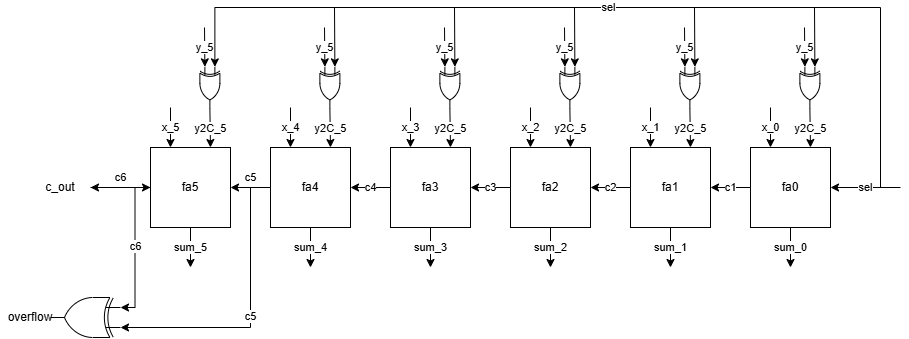
RuairiMullally/3C7-FPGA-sys-design keeps this draw.io diagram as Lab02_RippleAdder/6bit_ripple_adder.png. Above is the earlier version. Source tidied: cells renumbered, new cells last; positions are measured from the earlier drawing's top-left corner, leaving out a move shared by most shapes.
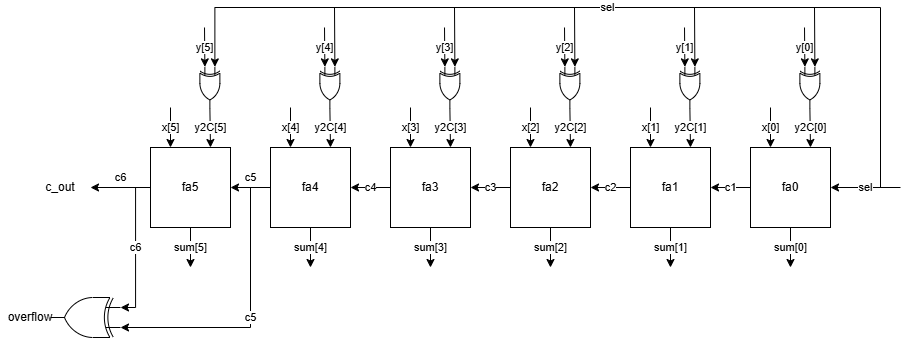
The same file after the commit.

The edit, as a diff of the source:
```diff
@@ -10,7 +10,7 @@
         <mxPoint x="900" y="180" as="sourcePoint" />
       </mxGeometry>
     </mxCell>
-    <mxCell id="4" value="x_0" style="endArrow=classic;html=1;rounded=0;entryX=0.25;entryY=0;entryDx=0;entryDy=0;" parent="1" edge="1" target="2">
+    <mxCell id="4" value="x[0]" style="endArrow=classic;html=1;rounded=0;entryX=0.25;entryY=0;entryDx=0;entryDy=0;" parent="1" edge="1" target="2">
       <mxGeometry relative="1" as="geometry">
         <mxPoint x="770" y="100" as="sourcePoint" />
       </mxGeometry>
@@ -20,7 +20,7 @@
         <mxPoint x="710" y="180" as="targetPoint" />
       </mxGeometry>
     </mxCell>
-    <mxCell id="6" value="sum_0" style="endArrow=classic;html=1;rounded=0;exitX=0.5;exitY=1;exitDx=0;exitDy=0;" parent="1" edge="1" source="2">
+    <mxCell id="6" value="sum[0]" style="endArrow=classic;html=1;rounded=0;exitX=0.5;exitY=1;exitDx=0;exitDy=0;" parent="1" edge="1" source="2">
       <mxGeometry relative="1" as="geometry">
         <mxPoint x="790" y="260" as="targetPoint" />
       </mxGeometry>
@@ -28,7 +28,7 @@
     <mxCell id="7" value="fa1" style="whiteSpace=wrap;html=1;" parent="1" vertex="1">
       <mxGeometry x="630" y="140" width="80" height="80" as="geometry" />
     </mxCell>
-    <mxCell id="8" value="x_1" style="endArrow=classic;html=1;rounded=0;entryX=0.25;entryY=0;entryDx=0;entryDy=0;" parent="1" edge="1" target="7">
+    <mxCell id="8" value="x[1]" style="endArrow=classic;html=1;rounded=0;entryX=0.25;entryY=0;entryDx=0;entryDy=0;" parent="1" edge="1" target="7">
       <mxGeometry relative="1" as="geometry">
         <mxPoint x="650" y="100" as="sourcePoint" />
       </mxGeometry>
@@ -38,7 +38,7 @@
         <mxPoint x="590" y="180" as="targetPoint" />
       </mxGeometry>
     </mxCell>
-    <mxCell id="10" value="sum_1" style="endArrow=classic;html=1;rounded=0;exitX=0.5;exitY=1;exitDx=0;exitDy=0;" parent="1" edge="1" source="7">
+    <mxCell id="10" value="sum[1]" style="endArrow=classic;html=1;rounded=0;exitX=0.5;exitY=1;exitDx=0;exitDy=0;" parent="1" edge="1" source="7">
       <mxGeometry relative="1" as="geometry">
         <mxPoint x="670" y="260" as="targetPoint" />
       </mxGeometry>
@@ -46,7 +46,7 @@
     <mxCell id="11" value="fa2" style="whiteSpace=wrap;html=1;" parent="1" vertex="1">
       <mxGeometry x="510" y="140" width="80" height="80" as="geometry" />
     </mxCell>
-    <mxCell id="12" value="x_2" style="endArrow=classic;html=1;rounded=0;entryX=0.25;entryY=0;entryDx=0;entryDy=0;" parent="1" edge="1" target="11">
+    <mxCell id="12" value="x[2]" style="endArrow=classic;html=1;rounded=0;entryX=0.25;entryY=0;entryDx=0;entryDy=0;" parent="1" edge="1" target="11">
       <mxGeometry relative="1" as="geometry">
         <mxPoint x="530" y="100" as="sourcePoint" />
       </mxGeometry>
@@ -56,7 +56,7 @@
         <mxPoint x="470" y="180" as="targetPoint" />
       </mxGeometry>
     </mxCell>
-    <mxCell id="14" value="sum_2" style="endArrow=classic;html=1;rounded=0;exitX=0.5;exitY=1;exitDx=0;exitDy=0;" parent="1" edge="1" source="11">
+    <mxCell id="14" value="sum[2]" style="endArrow=classic;html=1;rounded=0;exitX=0.5;exitY=1;exitDx=0;exitDy=0;" parent="1" edge="1" source="11">
       <mxGeometry relative="1" as="geometry">
         <mxPoint x="550" y="260" as="targetPoint" />
       </mxGeometry>
@@ -64,7 +64,7 @@
     <mxCell id="15" value="fa3" style="whiteSpace=wrap;html=1;" parent="1" vertex="1">
       <mxGeometry x="390" y="140" width="80" height="80" as="geometry" />
     </mxCell>
-    <mxCell id="16" value="x_3" style="endArrow=classic;html=1;rounded=0;entryX=0.25;entryY=0;entryDx=0;entryDy=0;" parent="1" edge="1" target="15">
+    <mxCell id="16" value="x[3]" style="endArrow=classic;html=1;rounded=0;entryX=0.25;entryY=0;entryDx=0;entryDy=0;" parent="1" edge="1" target="15">
       <mxGeometry relative="1" as="geometry">
         <mxPoint x="410" y="100" as="sourcePoint" />
       </mxGeometry>
@@ -74,7 +74,7 @@
         <mxPoint x="350" y="180" as="targetPoint" />
       </mxGeometry>
     </mxCell>
-    <mxCell id="18" value="sum_3" style="endArrow=classic;html=1;rounded=0;exitX=0.5;exitY=1;exitDx=0;exitDy=0;" parent="1" edge="1" source="15">
+    <mxCell id="18" value="sum[3]" style="endArrow=classic;html=1;rounded=0;exitX=0.5;exitY=1;exitDx=0;exitDy=0;" parent="1" edge="1" source="15">
       <mxGeometry relative="1" as="geometry">
         <mxPoint x="430" y="260" as="targetPoint" />
       </mxGeometry>
@@ -82,7 +82,7 @@
     <mxCell id="19" value="fa4" style="whiteSpace=wrap;html=1;" parent="1" vertex="1">
       <mxGeometry x="270" y="140" width="80" height="80" as="geometry" />
     </mxCell>
-    <mxCell id="20" value="x_4" style="endArrow=classic;html=1;rounded=0;entryX=0.25;entryY=0;entryDx=0;entryDy=0;" parent="1" edge="1" target="19">
+    <mxCell id="20" value="x[4]" style="endArrow=classic;html=1;rounded=0;entryX=0.25;entryY=0;entryDx=0;entryDy=0;" parent="1" edge="1" target="19">
       <mxGeometry relative="1" as="geometry">
         <mxPoint x="290" y="100" as="sourcePoint" />
       </mxGeometry>
@@ -92,7 +92,7 @@
         <mxPoint x="230" y="180" as="targetPoint" />
       </mxGeometry>
     </mxCell>
-    <mxCell id="22" value="sum_4" style="endArrow=classic;html=1;rounded=0;exitX=0.5;exitY=1;exitDx=0;exitDy=0;" parent="1" edge="1" source="19">
+    <mxCell id="22" value="sum[4]" style="endArrow=classic;html=1;rounded=0;exitX=0.5;exitY=1;exitDx=0;exitDy=0;" parent="1" edge="1" source="19">
       <mxGeometry relative="1" as="geometry">
         <mxPoint x="310" y="260" as="targetPoint" />
       </mxGeometry>
@@ -100,17 +100,17 @@
     <mxCell id="23" value="fa5" style="whiteSpace=wrap;html=1;" parent="1" vertex="1">
       <mxGeometry x="150" y="140" width="80" height="80" as="geometry" />
     </mxCell>
-    <mxCell id="24" value="y_5" style="endArrow=classic;html=1;rounded=0;entryX=0;entryY=0.75;entryDx=0;entryDy=0;entryPerimeter=0;" parent="1" edge="1" target="34">
+    <mxCell id="24" value="y[5]" style="endArrow=classic;html=1;rounded=0;entryX=0;entryY=0.75;entryDx=0;entryDy=0;entryPerimeter=0;" parent="1" edge="1" target="34">
       <mxGeometry relative="1" as="geometry">
         <mxPoint x="204" y="20" as="sourcePoint" />
       </mxGeometry>
     </mxCell>
-    <mxCell id="25" value="x_5" style="endArrow=classic;html=1;rounded=0;entryX=0.25;entryY=0;entryDx=0;entryDy=0;" parent="1" edge="1" target="23">
+    <mxCell id="25" value="x[5]" style="endArrow=classic;html=1;rounded=0;entryX=0.25;entryY=0;entryDx=0;entryDy=0;" parent="1" edge="1" target="23">
       <mxGeometry relative="1" as="geometry">
         <mxPoint x="170" y="100" as="sourcePoint" />
       </mxGeometry>
     </mxCell>
-    <mxCell id="26" value="sum_5" style="endArrow=classic;html=1;rounded=0;exitX=0.5;exitY=1;exitDx=0;exitDy=0;" parent="1" edge="1" source="23">
+    <mxCell id="26" value="sum[5]" style="endArrow=classic;html=1;rounded=0;exitX=0.5;exitY=1;exitDx=0;exitDy=0;" parent="1" edge="1" source="23">
       <mxGeometry relative="1" as="geometry">
         <mxPoint x="190" y="260" as="targetPoint" />
       </mxGeometry>
@@ -126,9 +126,6 @@
     <mxCell id="28" value="c6" style="endArrow=classic;html=1;rounded=0;exitX=0;exitY=0.5;exitDx=0;exitDy=0;" parent="1" edge="1" source="23" target="30">
       <mxGeometry y="-10" relative="1" as="geometry" />
     </mxCell>
-    <mxCell id="29" style="edgeStyle=orthogonalEdgeStyle;rounded=0;jettySize=auto;html=1;" parent="1" edge="1" source="30" target="23">
-      <mxGeometry relative="1" as="geometry" />
-    </mxCell>
     <mxCell id="30" value="c_out" style="text;html=1;align=center;verticalAlign=middle;whiteSpace=wrap;rounded=0;" parent="1" vertex="1">
       <mxGeometry x="30" y="165" width="60" height="30" as="geometry" />
     </mxCell>
@@ -144,10 +141,10 @@
     <mxCell id="34" style="verticalLabelPosition=bottom;shadow=0;dashed=0;align=center;html=1;verticalAlign=top;shape=mxgraph.electrical.logic_gates.logic_gate;operation=xor;rotation=90;" parent="1" vertex="1">
       <mxGeometry x="188.8" y="70" width="41.2" height="20" as="geometry" />
     </mxCell>
-    <mxCell id="35" value="y2C_5" style="endArrow=classic;html=1;rounded=0;entryX=0.75;entryY=0;entryDx=0;entryDy=0;exitX=1;exitY=0.5;exitDx=0;exitDy=0;exitPerimeter=0;" parent="1" edge="1" source="34" target="23">
+    <mxCell id="35" value="y2C[5]" style="endArrow=classic;html=1;rounded=0;entryX=0.75;entryY=0;entryDx=0;entryDy=0;exitX=1;exitY=0.5;exitDx=0;exitDy=0;exitPerimeter=0;" parent="1" edge="1" source="34" target="23">
       <mxGeometry relative="1" as="geometry" />
     </mxCell>
-    <mxCell id="36" value="y_5" style="endArrow=classic;html=1;rounded=0;entryX=0;entryY=0.75;entryDx=0;entryDy=0;entryPerimeter=0;" parent="1" edge="1" target="37">
+    <mxCell id="36" value="y[3]" style="endArrow=classic;html=1;rounded=0;entryX=0;entryY=0.75;entryDx=0;entryDy=0;entryPerimeter=0;" parent="1" edge="1" target="37">
       <mxGeometry relative="1" as="geometry">
         <mxPoint x="444" y="20" as="sourcePoint" />
       </mxGeometry>
@@ -155,12 +152,12 @@
     <mxCell id="37" style="verticalLabelPosition=bottom;shadow=0;dashed=0;align=center;html=1;verticalAlign=top;shape=mxgraph.electrical.logic_gates.logic_gate;operation=xor;rotation=90;" parent="1" vertex="1">
       <mxGeometry x="428.8" y="70" width="41.2" height="20" as="geometry" />
     </mxCell>
-    <mxCell id="38" value="y2C_5" style="endArrow=classic;html=1;rounded=0;entryX=0.75;entryY=0;entryDx=0;entryDy=0;exitX=1;exitY=0.5;exitDx=0;exitDy=0;exitPerimeter=0;" parent="1" edge="1" source="37">
+    <mxCell id="38" value="y2C[3]" style="endArrow=classic;html=1;rounded=0;entryX=0.75;entryY=0;entryDx=0;entryDy=0;exitX=1;exitY=0.5;exitDx=0;exitDy=0;exitPerimeter=0;" parent="1" edge="1" source="37">
       <mxGeometry relative="1" as="geometry">
         <mxPoint x="450" y="140" as="targetPoint" />
       </mxGeometry>
     </mxCell>
-    <mxCell id="39" value="y_5" style="endArrow=classic;html=1;rounded=0;entryX=0;entryY=0.75;entryDx=0;entryDy=0;entryPerimeter=0;" parent="1" edge="1" target="40">
+    <mxCell id="39" value="y[2]" style="endArrow=classic;html=1;rounded=0;entryX=0;entryY=0.75;entryDx=0;entryDy=0;entryPerimeter=0;" parent="1" edge="1" target="40">
       <mxGeometry relative="1" as="geometry">
         <mxPoint x="564" y="20" as="sourcePoint" />
       </mxGeometry>
@@ -168,12 +165,12 @@
     <mxCell id="40" style="verticalLabelPosition=bottom;shadow=0;dashed=0;align=center;html=1;verticalAlign=top;shape=mxgraph.electrical.logic_gates.logic_gate;operation=xor;rotation=90;" parent="1" vertex="1">
       <mxGeometry x="548.8" y="70" width="41.2" height="20" as="geometry" />
     </mxCell>
-    <mxCell id="41" value="y2C_5" style="endArrow=classic;html=1;rounded=0;entryX=0.75;entryY=0;entryDx=0;entryDy=0;exitX=1;exitY=0.5;exitDx=0;exitDy=0;exitPerimeter=0;" parent="1" edge="1" source="40">
+    <mxCell id="41" value="y2C[2]" style="endArrow=classic;html=1;rounded=0;entryX=0.75;entryY=0;entryDx=0;entryDy=0;exitX=1;exitY=0.5;exitDx=0;exitDy=0;exitPerimeter=0;" parent="1" edge="1" source="40">
       <mxGeometry relative="1" as="geometry">
         <mxPoint x="570" y="140" as="targetPoint" />
       </mxGeometry>
     </mxCell>
-    <mxCell id="42" value="y_5" style="endArrow=classic;html=1;rounded=0;entryX=0;entryY=0.75;entryDx=0;entryDy=0;entryPerimeter=0;" parent="1" edge="1" target="43">
+    <mxCell id="42" value="y[4]" style="endArrow=classic;html=1;rounded=0;entryX=0;entryY=0.75;entryDx=0;entryDy=0;entryPerimeter=0;" parent="1" edge="1" target="43">
       <mxGeometry relative="1" as="geometry">
         <mxPoint x="324" y="20" as="sourcePoint" />
       </mxGeometry>
@@ -181,12 +178,12 @@
     <mxCell id="43" style="verticalLabelPosition=bottom;shadow=0;dashed=0;align=center;html=1;verticalAlign=top;shape=mxgraph.electrical.logic_gates.logic_gate;operation=xor;rotation=90;" parent="1" vertex="1">
       <mxGeometry x="308.8" y="70" width="41.2" height="20" as="geometry" />
     </mxCell>
-    <mxCell id="44" value="y2C_5" style="endArrow=classic;html=1;rounded=0;entryX=0.75;entryY=0;entryDx=0;entryDy=0;exitX=1;exitY=0.5;exitDx=0;exitDy=0;exitPerimeter=0;" parent="1" edge="1" source="43">
+    <mxCell id="44" value="y2C[4]" style="endArrow=classic;html=1;rounded=0;entryX=0.75;entryY=0;entryDx=0;entryDy=0;exitX=1;exitY=0.5;exitDx=0;exitDy=0;exitPerimeter=0;" parent="1" edge="1" source="43">
       <mxGeometry relative="1" as="geometry">
         <mxPoint x="330" y="140" as="targetPoint" />
       </mxGeometry>
     </mxCell>
-    <mxCell id="45" value="y_5" style="endArrow=classic;html=1;rounded=0;entryX=0;entryY=0.75;entryDx=0;entryDy=0;entryPerimeter=0;" parent="1" edge="1" target="46">
+    <mxCell id="45" value="y[1]" style="endArrow=classic;html=1;rounded=0;entryX=0;entryY=0.75;entryDx=0;entryDy=0;entryPerimeter=0;" parent="1" edge="1" target="46">
       <mxGeometry relative="1" as="geometry">
         <mxPoint x="684" y="20" as="sourcePoint" />
       </mxGeometry>
@@ -194,12 +191,12 @@
     <mxCell id="46" style="verticalLabelPosition=bottom;shadow=0;dashed=0;align=center;html=1;verticalAlign=top;shape=mxgraph.electrical.logic_gates.logic_gate;operation=xor;rotation=90;" parent="1" vertex="1">
       <mxGeometry x="668.8" y="70" width="41.2" height="20" as="geometry" />
     </mxCell>
-    <mxCell id="47" value="y2C_5" style="endArrow=classic;html=1;rounded=0;entryX=0.75;entryY=0;entryDx=0;entryDy=0;exitX=1;exitY=0.5;exitDx=0;exitDy=0;exitPerimeter=0;" parent="1" edge="1" source="46">
+    <mxCell id="47" value="y2C[1]" style="endArrow=classic;html=1;rounded=0;entryX=0.75;entryY=0;entryDx=0;entryDy=0;exitX=1;exitY=0.5;exitDx=0;exitDy=0;exitPerimeter=0;" parent="1" edge="1" source="46">
       <mxGeometry relative="1" as="geometry">
         <mxPoint x="690" y="140" as="targetPoint" />
       </mxGeometry>
     </mxCell>
-    <mxCell id="48" value="y_5" style="endArrow=classic;html=1;rounded=0;entryX=0;entryY=0.75;entryDx=0;entryDy=0;entryPerimeter=0;" parent="1" edge="1" target="49">
+    <mxCell id="48" value="y[0]" style="endArrow=classic;html=1;rounded=0;entryX=0;entryY=0.75;entryDx=0;entryDy=0;entryPerimeter=0;" parent="1" edge="1" target="49">
       <mxGeometry relative="1" as="geometry">
         <mxPoint x="804" y="20" as="sourcePoint" />
       </mxGeometry>
@@ -207,7 +204,7 @@
     <mxCell id="49" style="verticalLabelPosition=bottom;shadow=0;dashed=0;align=center;html=1;verticalAlign=top;shape=mxgraph.electrical.logic_gates.logic_gate;operation=xor;rotation=90;" parent="1" vertex="1">
       <mxGeometry x="788.8" y="70" width="41.2" height="20" as="geometry" />
     </mxCell>
-    <mxCell id="50" value="y2C_5" style="endArrow=classic;html=1;rounded=0;entryX=0.75;entryY=0;entryDx=0;entryDy=0;exitX=1;exitY=0.5;exitDx=0;exitDy=0;exitPerimeter=0;" parent="1" edge="1" source="49">
+    <mxCell id="50" value="y2C[0]" style="endArrow=classic;html=1;rounded=0;entryX=0.75;entryY=0;entryDx=0;entryDy=0;exitX=1;exitY=0.5;exitDx=0;exitDy=0;exitPerimeter=0;" parent="1" edge="1" source="49">
       <mxGeometry relative="1" as="geometry">
         <mxPoint x="810" y="140" as="targetPoint" />
       </mxGeometry>
```
